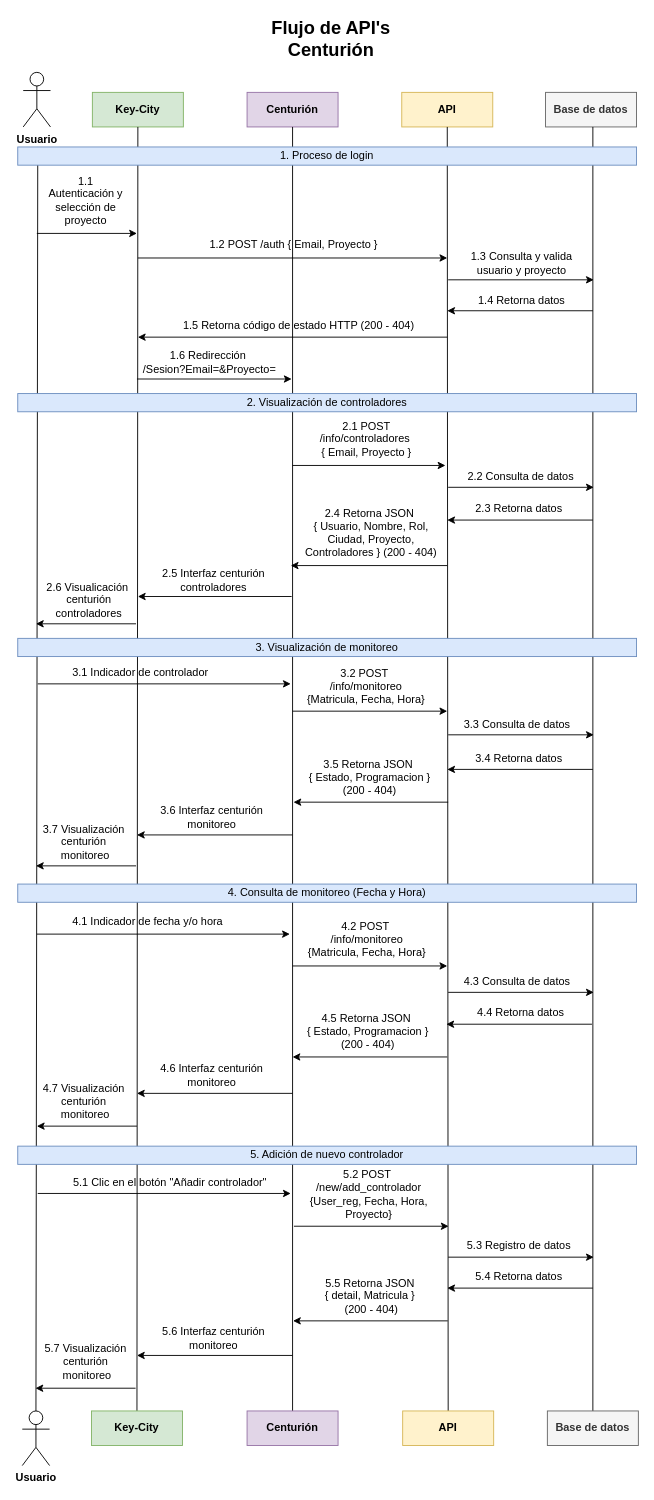
This is DiagramaCenturion.drawio from ChirinosM/Prueba, a draw.io file, before an edit. Source tidied: cells renumbered, new cells numbered last; positions are measured from the earlier drawing's top-left corner, leaving out a move shared by most shapes. Both pictures are drawn from the tidied source at 91%, with x=0, y=0 at pixel (17, 24).
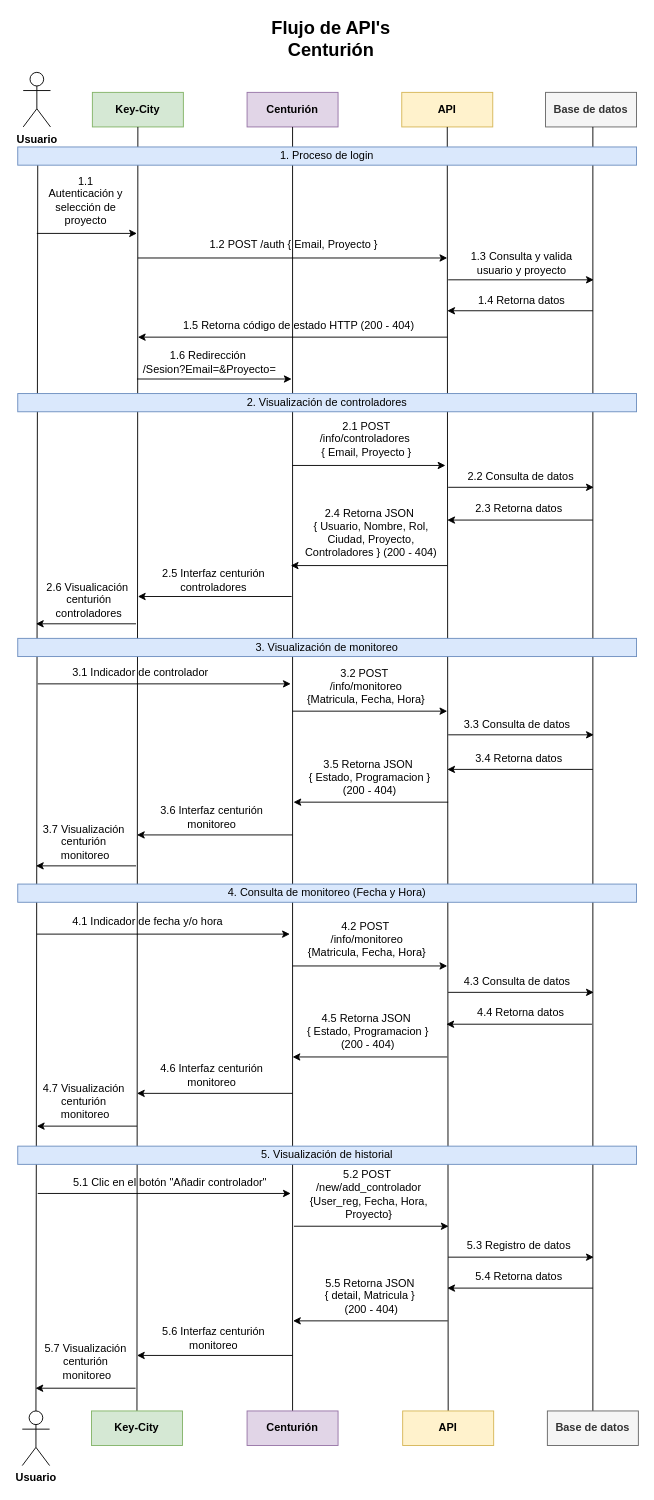
The same page after the edit.

The edit, as a diff of the source:
```diff
@@
-    <mxCell id="74" value="5. Adición de nuevo controlador" style="rounded=0;whiteSpace=wrap;html=1;fillColor=#dae8fc;strokeColor=#6c8ebf;" parent="1" vertex="1">
+    <mxCell id="74" value="5. Visualización de historial" style="rounded=0;whiteSpace=wrap;html=1;fillColor=#dae8fc;strokeColor=#6c8ebf;" parent="1" vertex="1">
       <mxGeometry y="1233" width="680" height="20" as="geometry" />
     </mxCell>
```
